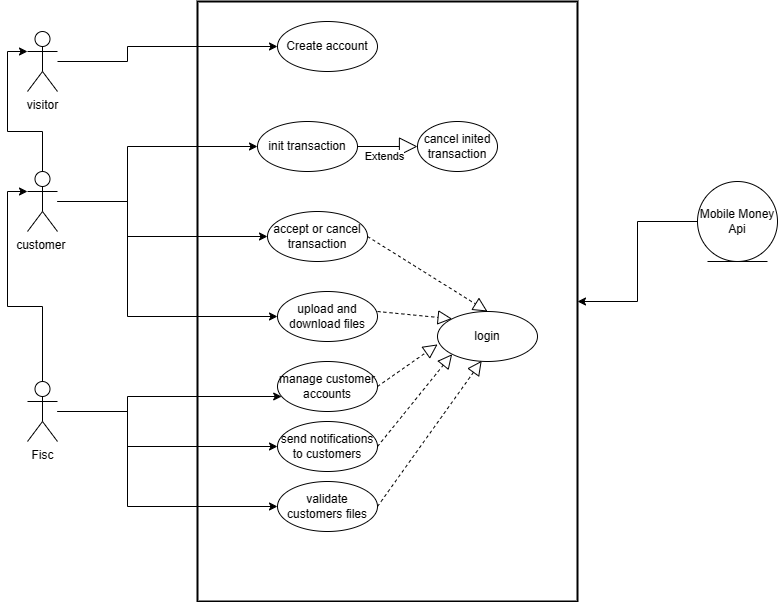
The draw.io diagram Diagramme sans nom.drawio.png in Lord-baba99/TROMBINOSCOOP, before a commit. Source tidied: cells renumbered, new cells last; positions are measured from the earlier drawing's top-left corner, leaving out a move shared by most shapes.
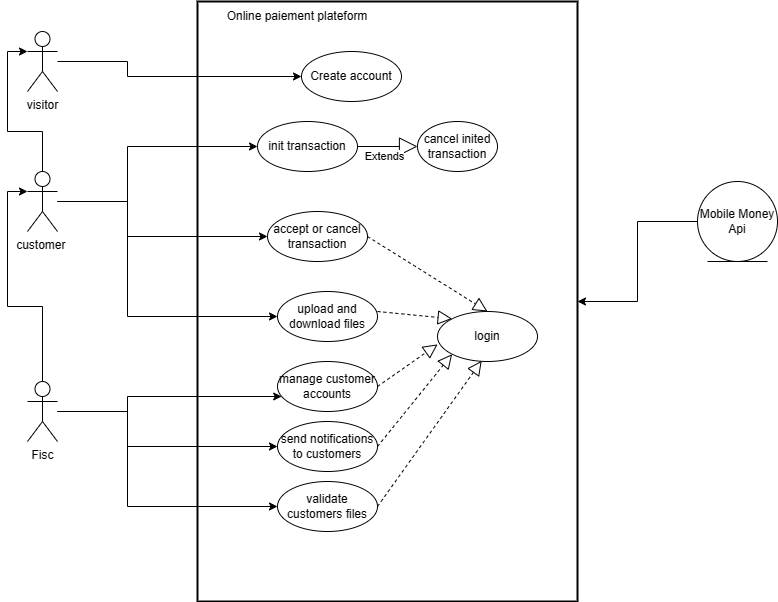
The same file after the commit.

Commit message:
Mettre à jour Diagramme eCashT.drawio.png

The edit, as a diff of the source:
```diff
@@ -9,7 +9,7 @@
       <mxGeometry relative="1" as="geometry">
         <Array as="points">
           <mxPoint x="100" y="60" />
-          <mxPoint x="100" y="45" />
+          <mxPoint x="100" y="75" />
         </Array>
       </mxGeometry>
     </mxCell>
@@ -17,7 +17,7 @@
       <mxGeometry y="30" width="30" height="60" as="geometry" />
     </mxCell>
     <mxCell id="5" value="Create account" style="ellipse;whiteSpace=wrap;html=1;" parent="1" vertex="1">
-      <mxGeometry x="250" y="20" width="100" height="50" as="geometry" />
+      <mxGeometry x="274" y="50" width="100" height="50" as="geometry" />
     </mxCell>
     <mxCell id="6" style="edgeStyle=orthogonalEdgeStyle;rounded=0;jettySize=auto;html=1;entryX=0;entryY=0.5;entryDx=0;entryDy=0;" parent="1" edge="1" source="10" target="12">
       <mxGeometry relative="1" as="geometry">
@@ -127,5 +127,8 @@
     <mxCell id="31" value="Mobile Money Api" style="ellipse;shape=umlEntity;whiteSpace=wrap;html=1;" parent="1" vertex="1">
       <mxGeometry x="670" y="180" width="80" height="80" as="geometry" />
     </mxCell>
+    <mxCell id="32" value="Online paiement plateform" style="text;html=1;strokeColor=none;fillColor=none;align=center;verticalAlign=middle;whiteSpace=wrap;rounded=0;" parent="1" vertex="1">
+      <mxGeometry x="170" width="200" height="30" as="geometry" />
+    </mxCell>
   </root>
 </mxGraphModel>
```
